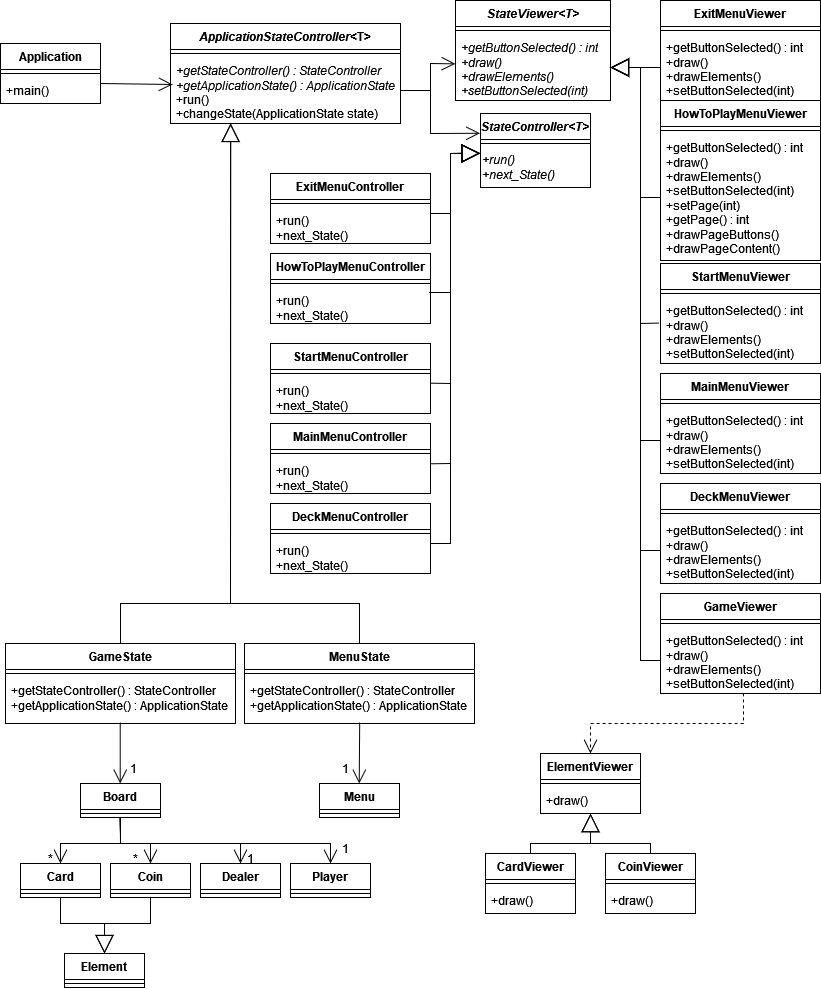
Earlier version of the draw.io export src/main/resources/photos/LDTS_UML.drawio.png (FEUP-LDTS-2023/project-l12gr07). Source tidied: cells renumbered, new cells last; positions are measured from the earlier drawing's top-left corner, leaving out a move shared by most shapes.
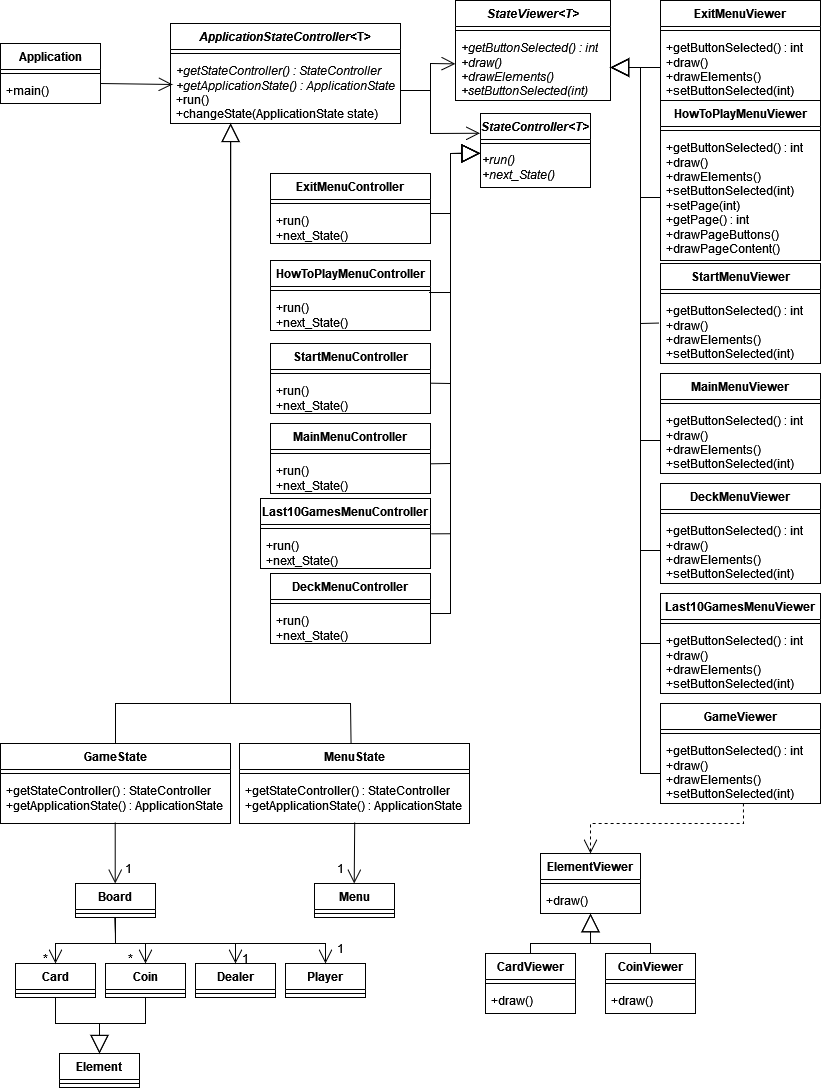
After the change.

Commit message:
corrected UML

Diff of the diagram source:
```diff
@@ -41,3 +41,3 @@
     <mxCell id="14" value="HowToPlayMenuController" style="swimlane;fontStyle=1;align=center;verticalAlign=top;horizontal=1;startSize=26;whiteSpace=wrap;html=1;" parent="1" vertex="1">
-      <mxGeometry x="270" y="253" width="160" height="70" as="geometry" />
+      <mxGeometry x="270" y="260" width="160" height="70" as="geometry" />
     </mxCell>
@@ -68,3 +68,3 @@
     <mxCell id="23" value="DeckMenuController" style="swimlane;fontStyle=1;align=center;verticalAlign=top;horizontal=1;startSize=26;whiteSpace=wrap;html=1;" parent="1" vertex="1">
-      <mxGeometry x="270" y="503" width="160" height="70" as="geometry" />
+      <mxGeometry x="270" y="573" width="160" height="70" as="geometry" />
     </mxCell>
@@ -131,3 +131,3 @@
     <mxCell id="44" value="GameViewer" style="swimlane;fontStyle=1;align=center;verticalAlign=top;horizontal=1;startSize=26;whiteSpace=wrap;html=1;" parent="1" vertex="1">
-      <mxGeometry x="660" y="593" width="160" height="100" as="geometry" />
+      <mxGeometry x="660" y="703" width="160" height="100" as="geometry" />
     </mxCell>
@@ -140,3 +140,3 @@
     <mxCell id="47" value="ElementViewer" style="swimlane;fontStyle=1;align=center;verticalAlign=top;horizontal=1;startSize=26;whiteSpace=wrap;html=1;" parent="1" vertex="1">
-      <mxGeometry x="540" y="753" width="100" height="60" as="geometry" />
+      <mxGeometry x="540" y="853" width="100" height="60" as="geometry" />
     </mxCell>
@@ -149,3 +149,3 @@
     <mxCell id="50" value="CardViewer" style="swimlane;fontStyle=1;align=center;verticalAlign=top;horizontal=1;startSize=26;whiteSpace=wrap;html=1;" parent="1" vertex="1">
-      <mxGeometry x="485" y="853" width="90" height="60" as="geometry" />
+      <mxGeometry x="485" y="953" width="90" height="60" as="geometry" />
     </mxCell>
@@ -158,3 +158,3 @@
     <mxCell id="53" value="CoinViewer" style="swimlane;fontStyle=1;align=center;verticalAlign=top;horizontal=1;startSize=26;whiteSpace=wrap;html=1;" parent="1" vertex="1">
-      <mxGeometry x="605" y="853" width="90" height="60" as="geometry" />
+      <mxGeometry x="605" y="953" width="90" height="60" as="geometry" />
     </mxCell>
@@ -213,6 +213,7 @@
     </mxCell>
-    <mxCell id="62" style="endArrow=block;endSize=16;endFill=0;html=1;rounded=0;exitX=0;exitY=0.5;exitDx=0;exitDy=0;entryX=1;entryY=0.5;entryDx=0;entryDy=0;" parent="1" edge="1" source="46" target="43">
+    <mxCell id="62" style="endArrow=block;endSize=16;endFill=0;html=1;rounded=0;entryX=1;entryY=0.5;entryDx=0;entryDy=0;" parent="1" edge="1" target="43">
       <mxGeometry relative="1" as="geometry">
+        <mxPoint x="660" y="773" as="sourcePoint" />
         <Array as="points">
-          <mxPoint x="650" y="660" />
+          <mxPoint x="640" y="773" />
           <mxPoint x="640" y="660" />
@@ -251,2 +252,3 @@
         <Array as="points">
+          <mxPoint x="450" y="613" />
           <mxPoint x="450" y="543" />
@@ -278,4 +280,4 @@
         <Array as="points">
-          <mxPoint x="743" y="723" />
-          <mxPoint x="590" y="723" />
+          <mxPoint x="743" y="823" />
+          <mxPoint x="590" y="823" />
         </Array>
@@ -285,7 +287,7 @@
       <mxGeometry relative="1" as="geometry">
-        <mxPoint x="590" y="813" as="targetPoint" />
+        <mxPoint x="590" y="913" as="targetPoint" />
         <Array as="points">
-          <mxPoint x="530" y="843" />
-          <mxPoint x="560" y="843" />
-          <mxPoint x="590" y="843" />
+          <mxPoint x="530" y="943" />
+          <mxPoint x="560" y="943" />
+          <mxPoint x="590" y="943" />
         </Array>
@@ -296,4 +298,4 @@
         <Array as="points">
-          <mxPoint x="650" y="843" />
-          <mxPoint x="590" y="843" />
+          <mxPoint x="650" y="943" />
+          <mxPoint x="590" y="943" />
         </Array>
@@ -302,3 +304,3 @@
     <mxCell id="73" value="MenuState" style="swimlane;fontStyle=1;align=center;verticalAlign=top;horizontal=1;startSize=26;whiteSpace=wrap;html=1;" parent="1" vertex="1">
-      <mxGeometry x="244" y="643" width="230" height="80" as="geometry" />
+      <mxGeometry x="239" y="743" width="230" height="80" as="geometry" />
     </mxCell>
@@ -311,3 +313,3 @@
     <mxCell id="76" value="GameState" style="swimlane;fontStyle=1;align=center;verticalAlign=top;horizontal=1;startSize=26;whiteSpace=wrap;html=1;" parent="1" vertex="1">
-      <mxGeometry x="5" y="643" width="230" height="80" as="geometry" />
+      <mxGeometry y="743" width="230" height="80" as="geometry" />
     </mxCell>
@@ -319,7 +321,7 @@
     </mxCell>
-    <mxCell id="79" style="endArrow=block;endSize=16;endFill=0;html=1;rounded=0;exitX=0.5;exitY=0;exitDx=0;exitDy=0;entryX=0.262;entryY=0.999;entryDx=0;entryDy=0;entryPerimeter=0;" parent="1" edge="1" source="73" target="7">
+    <mxCell id="79" style="endArrow=block;endSize=16;endFill=0;html=1;rounded=0;exitX=0.485;exitY=-0.006;exitDx=0;exitDy=0;entryX=0.262;entryY=0.999;entryDx=0;entryDy=0;entryPerimeter=0;exitPerimeter=0;" parent="1" edge="1" source="73" target="7">
       <mxGeometry relative="1" as="geometry">
         <Array as="points">
-          <mxPoint x="359" y="603" />
-          <mxPoint x="230" y="603" />
+          <mxPoint x="350" y="703" />
+          <mxPoint x="230" y="703" />
         </Array>
@@ -329,4 +331,4 @@
       <mxGeometry relative="1" as="geometry">
-        <mxPoint x="359.2" y="722" as="sourcePoint" />
-        <mxPoint x="358.7" y="783" as="targetPoint" />
+        <mxPoint x="354.2" y="822" as="sourcePoint" />
+        <mxPoint x="353.7" y="883" as="targetPoint" />
       </mxGeometry>
@@ -334,3 +336,3 @@
     <mxCell id="81" value="Menu" style="swimlane;fontStyle=1;align=center;verticalAlign=top;horizontal=1;startSize=26;whiteSpace=wrap;html=1;" parent="1" vertex="1">
-      <mxGeometry x="319" y="783" width="80" height="34" as="geometry" />
+      <mxGeometry x="314" y="883" width="80" height="34" as="geometry" />
     </mxCell>
@@ -340,3 +342,3 @@
     <mxCell id="83" value="Board" style="swimlane;fontStyle=1;align=center;verticalAlign=top;horizontal=1;startSize=26;whiteSpace=wrap;html=1;" parent="1" vertex="1">
-      <mxGeometry x="80" y="783" width="80" height="34" as="geometry" />
+      <mxGeometry x="75" y="883" width="80" height="34" as="geometry" />
     </mxCell>
@@ -346,3 +348,3 @@
     <mxCell id="85" value="Card" style="swimlane;fontStyle=1;align=center;verticalAlign=top;horizontal=1;startSize=26;whiteSpace=wrap;html=1;" parent="1" vertex="1">
-      <mxGeometry x="20" y="863" width="80" height="34" as="geometry" />
+      <mxGeometry x="15" y="963" width="80" height="34" as="geometry" />
     </mxCell>
@@ -353,4 +355,4 @@
       <mxGeometry relative="1" as="geometry">
-        <mxPoint x="119.7" y="722" as="sourcePoint" />
-        <mxPoint x="119.7" y="783" as="targetPoint" />
+        <mxPoint x="114.7" y="822" as="sourcePoint" />
+        <mxPoint x="114.7" y="883" as="targetPoint" />
       </mxGeometry>
@@ -358,3 +360,3 @@
     <mxCell id="88" value="Player" style="swimlane;fontStyle=1;align=center;verticalAlign=top;horizontal=1;startSize=26;whiteSpace=wrap;html=1;" parent="1" vertex="1">
-      <mxGeometry x="290" y="863" width="80" height="34" as="geometry" />
+      <mxGeometry x="285" y="963" width="80" height="34" as="geometry" />
     </mxCell>
@@ -364,3 +366,3 @@
     <mxCell id="90" value="Dealer" style="swimlane;fontStyle=1;align=center;verticalAlign=top;horizontal=1;startSize=26;whiteSpace=wrap;html=1;" parent="1" vertex="1">
-      <mxGeometry x="200" y="863" width="80" height="34" as="geometry" />
+      <mxGeometry x="195" y="963" width="80" height="34" as="geometry" />
     </mxCell>
@@ -370,3 +372,3 @@
     <mxCell id="92" value="Coin" style="swimlane;fontStyle=1;align=center;verticalAlign=top;horizontal=1;startSize=26;whiteSpace=wrap;html=1;" parent="1" vertex="1">
-      <mxGeometry x="110" y="863" width="80" height="34" as="geometry" />
+      <mxGeometry x="105" y="963" width="80" height="34" as="geometry" />
     </mxCell>
@@ -376,3 +378,3 @@
     <mxCell id="94" value="Element" style="swimlane;fontStyle=1;align=center;verticalAlign=top;horizontal=1;startSize=26;whiteSpace=wrap;html=1;" parent="1" vertex="1">
-      <mxGeometry x="64" y="953" width="80" height="34" as="geometry" />
+      <mxGeometry x="59" y="1053" width="80" height="34" as="geometry" />
     </mxCell>
@@ -384,4 +386,4 @@
         <Array as="points">
-          <mxPoint x="60" y="923" />
-          <mxPoint x="104" y="923" />
+          <mxPoint x="55" y="1023" />
+          <mxPoint x="99" y="1023" />
         </Array>
@@ -393,4 +395,4 @@
         <Array as="points">
-          <mxPoint x="120" y="603" />
-          <mxPoint x="230" y="603" />
+          <mxPoint x="115" y="703" />
+          <mxPoint x="230" y="703" />
         </Array>
@@ -400,7 +402,7 @@
       <mxGeometry relative="1" as="geometry">
-        <mxPoint x="119.7" y="817" as="sourcePoint" />
+        <mxPoint x="114.7" y="917" as="sourcePoint" />
         <Array as="points">
-          <mxPoint x="120" y="833" />
-          <mxPoint x="120" y="843" />
-          <mxPoint x="150" y="843" />
+          <mxPoint x="115" y="933" />
+          <mxPoint x="115" y="943" />
+          <mxPoint x="145" y="943" />
         </Array>
@@ -411,4 +413,4 @@
         <Array as="points">
-          <mxPoint x="150" y="923" />
-          <mxPoint x="104" y="923" />
+          <mxPoint x="145" y="1023" />
+          <mxPoint x="99" y="1023" />
         </Array>
@@ -418,8 +420,8 @@
       <mxGeometry relative="1" as="geometry">
-        <mxPoint x="119.7" y="817" as="sourcePoint" />
-        <mxPoint x="330" y="863" as="targetPoint" />
+        <mxPoint x="114.7" y="917" as="sourcePoint" />
+        <mxPoint x="325" y="963" as="targetPoint" />
         <Array as="points">
-          <mxPoint x="120" y="833" />
-          <mxPoint x="120" y="843" />
-          <mxPoint x="330" y="843" />
+          <mxPoint x="115" y="933" />
+          <mxPoint x="115" y="943" />
+          <mxPoint x="325" y="943" />
         </Array>
@@ -428,3 +430,3 @@
     <mxCell id="101" value="1" style="text;html=1;align=center;verticalAlign=middle;strokeColor=none;fillColor=none;" parent="1" vertex="1">
-      <mxGeometry x="330" y="833" width="30" height="30" as="geometry" />
+      <mxGeometry x="325" y="933" width="30" height="30" as="geometry" />
     </mxCell>
@@ -432,6 +434,6 @@
       <mxGeometry relative="1" as="geometry">
-        <mxPoint x="119.7" y="817" as="sourcePoint" />
+        <mxPoint x="114.7" y="917" as="sourcePoint" />
         <Array as="points">
-          <mxPoint x="120" y="843" />
-          <mxPoint x="60" y="843" />
+          <mxPoint x="115" y="943" />
+          <mxPoint x="55" y="943" />
         </Array>
@@ -441,8 +443,8 @@
       <mxGeometry relative="1" as="geometry">
-        <mxPoint x="119.7" y="817" as="sourcePoint" />
+        <mxPoint x="114.7" y="917" as="sourcePoint" />
         <Array as="points">
-          <mxPoint x="120" y="833" />
-          <mxPoint x="120" y="843" />
-          <mxPoint x="150" y="843" />
-          <mxPoint x="240" y="843" />
+          <mxPoint x="115" y="933" />
+          <mxPoint x="115" y="943" />
+          <mxPoint x="145" y="943" />
+          <mxPoint x="235" y="943" />
         </Array>
@@ -451,16 +453,49 @@
     <mxCell id="104" value="*" style="text;html=1;align=center;verticalAlign=middle;strokeColor=none;fillColor=none;" parent="1" vertex="1">
-      <mxGeometry x="120" y="843" width="30" height="30" as="geometry" />
+      <mxGeometry x="115" y="943" width="30" height="30" as="geometry" />
     </mxCell>
     <mxCell id="105" value="*" style="text;html=1;align=center;verticalAlign=middle;strokeColor=none;fillColor=none;" parent="1" vertex="1">
-      <mxGeometry x="35" y="843" width="30" height="30" as="geometry" />
+      <mxGeometry x="30" y="943" width="30" height="30" as="geometry" />
     </mxCell>
     <mxCell id="106" value="1" style="text;html=1;align=center;verticalAlign=middle;strokeColor=none;fillColor=none;" parent="1" vertex="1">
-      <mxGeometry x="118" y="753" width="30" height="30" as="geometry" />
+      <mxGeometry x="113" y="853" width="30" height="30" as="geometry" />
     </mxCell>
     <mxCell id="107" value="1" style="text;html=1;align=center;verticalAlign=middle;strokeColor=none;fillColor=none;" parent="1" vertex="1">
-      <mxGeometry x="235" y="843" width="30" height="30" as="geometry" />
+      <mxGeometry x="230" y="943" width="30" height="30" as="geometry" />
     </mxCell>
     <mxCell id="108" value="1" style="text;html=1;align=center;verticalAlign=middle;strokeColor=none;fillColor=none;" parent="1" vertex="1">
-      <mxGeometry x="330" y="753" width="30" height="30" as="geometry" />
+      <mxGeometry x="325" y="853" width="30" height="30" as="geometry" />
     </mxCell>
+    <mxCell id="109" value="Last10GamesMenuViewer" style="swimlane;fontStyle=1;align=center;verticalAlign=top;horizontal=1;startSize=26;whiteSpace=wrap;html=1;" parent="1" vertex="1">
+      <mxGeometry x="660" y="593" width="160" height="100" as="geometry" />
+    </mxCell>
+    <mxCell id="110" style="line;strokeWidth=1;fillColor=none;align=left;verticalAlign=middle;spacingTop=-1;spacingLeft=3;spacingRight=3;labelPosition=right;strokeColor=inherit;" parent="109" vertex="1">
+      <mxGeometry y="26" width="160" height="8" as="geometry" />
+    </mxCell>
+    <mxCell id="111" value="&lt;div&gt;+getButtonSelected() : int&lt;br&gt;&lt;/div&gt;&lt;div&gt;+draw()&lt;/div&gt;&lt;div&gt;+drawElements()&lt;/div&gt;&lt;div&gt;+setButtonSelected(int)&lt;br&gt;&lt;/div&gt;" style="text;strokeColor=none;fillColor=none;align=left;verticalAlign=top;spacingLeft=4;spacingRight=4;overflow=hidden;whiteSpace=wrap;html=1;" parent="109" vertex="1">
+      <mxGeometry y="34" width="160" height="66" as="geometry" />
+    </mxCell>
+    <mxCell id="112" style="endArrow=none;html=1;edgeStyle=orthogonalEdgeStyle;rounded=0;" parent="1" edge="1">
+      <mxGeometry relative="1" as="geometry">
+        <mxPoint x="640" y="643" as="sourcePoint" />
+        <mxPoint x="660" y="643" as="targetPoint" />
+        <Array as="points">
+          <mxPoint x="640" y="643" />
+          <mxPoint x="640" y="643" />
+        </Array>
+      </mxGeometry>
+    </mxCell>
+    <mxCell id="113" value="Last10GamesMenuController" style="swimlane;fontStyle=1;align=center;verticalAlign=top;horizontal=1;startSize=26;whiteSpace=wrap;html=1;" parent="1" vertex="1">
+      <mxGeometry x="260" y="498" width="170" height="70" as="geometry" />
+    </mxCell>
+    <mxCell id="114" style="line;strokeWidth=1;fillColor=none;align=left;verticalAlign=middle;spacingTop=-1;spacingLeft=3;spacingRight=3;labelPosition=right;strokeColor=inherit;" parent="113" vertex="1">
+      <mxGeometry y="26" width="170" height="8" as="geometry" />
+    </mxCell>
+    <mxCell id="115" value="&lt;div&gt;+run()&lt;/div&gt;&lt;div&gt;+next_State()&lt;br&gt;&lt;/div&gt;" style="text;strokeColor=none;fillColor=none;align=left;verticalAlign=top;spacingLeft=4;spacingRight=4;overflow=hidden;points=[[0,0.5],[1,0.5]];portConstraint=eastwest;whiteSpace=wrap;html=1;" parent="113" vertex="1">
+      <mxGeometry y="34" width="170" height="36" as="geometry" />
+    </mxCell>
+    <mxCell id="116" style="endArrow=none;html=1;edgeStyle=orthogonalEdgeStyle;rounded=0;exitX=1.004;exitY=0.037;exitDx=0;exitDy=0;exitPerimeter=0;" parent="1" edge="1" source="115">
+      <mxGeometry relative="1" as="geometry">
+        <mxPoint x="450" y="533" as="targetPoint" />
+      </mxGeometry>
+    </mxCell>
   </root>
```
